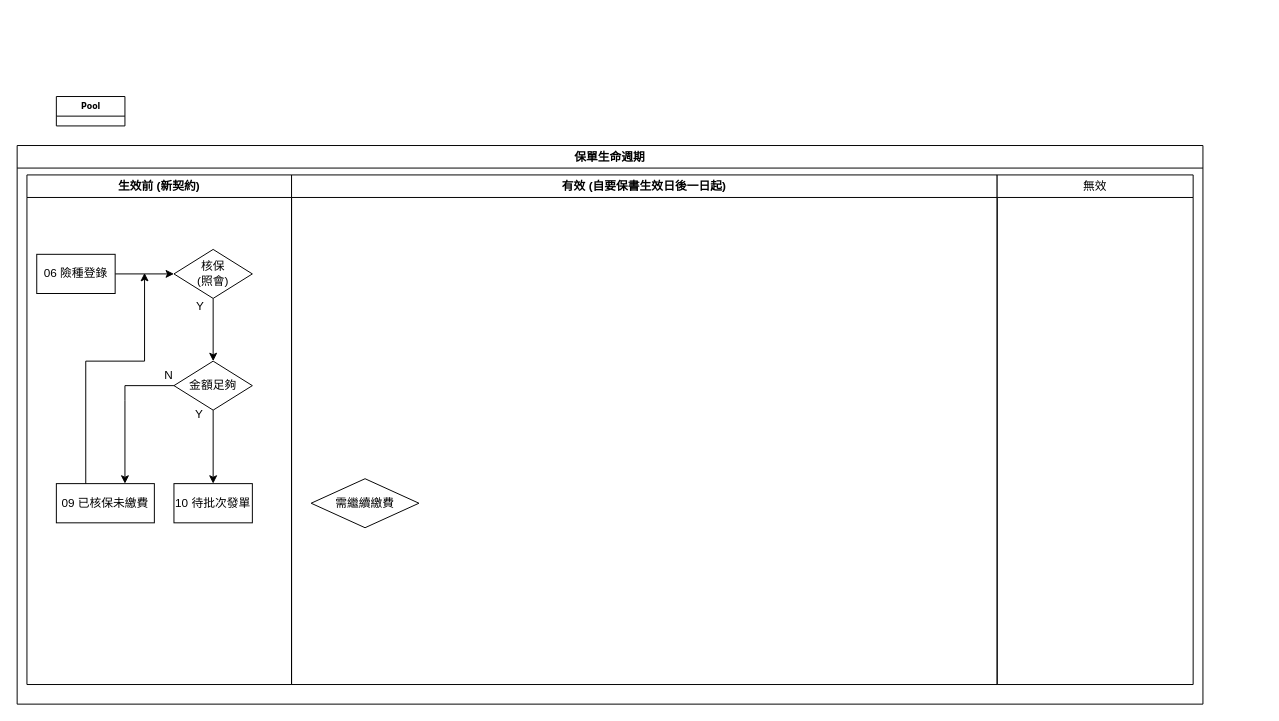
Above: 未命名绘图.drawio in Gina-Banana/Gina-Banana (draw.io), before the change. Source tidied: cells renumbered, new cells numbered last; positions are measured from the earlier drawing's top-left corner, leaving out a move shared by most shapes. Both pictures are drawn from the tidied source at 98%, with x=0, y=0 at pixel (17, 96).
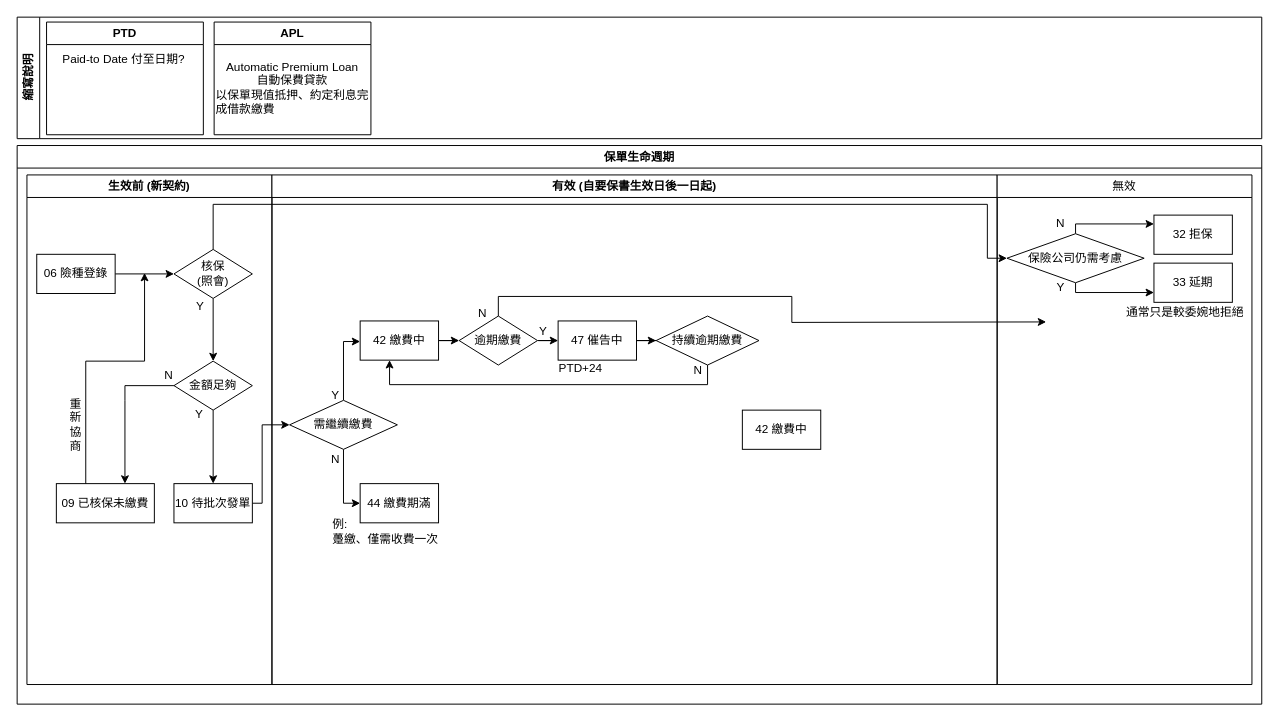
The same page after the edit.

The change refers to these unchanged cells:
```xml
<mxCell id="10" value="核保&lt;br&gt;(照會)" style="rhombus;whiteSpace=wrap;html=1;" parent="5" vertex="1">
  <mxGeometry x="160" y="106" width="80" height="50" as="geometry" />
</mxCell>
<mxCell id="11" value="10 待批次發單" style="rounded=0;whiteSpace=wrap;html=1;" parent="5" vertex="1">
  <mxGeometry x="160" y="345" width="80" height="40" as="geometry" />
</mxCell>
```

The edit, as a diff of the source:
```diff
@@
-    <mxCell id="2" value="Pool" style="swimlane;html=1;startSize=20;rounded=0;shadow=0;labelBackgroundColor=none;strokeWidth=1;fontFamily=Verdana;fontSize=8;align=center;" parent="1" vertex="1" collapsed="1">
-      <mxGeometry x="40" width="70" height="30" as="geometry" />
-    </mxCell>
     <mxCell id="3" value="生效前 (新契約)" style="swimlane;whiteSpace=wrap;html=1;" parent="1" vertex="1">
-      <mxGeometry x="10" y="80" width="270" height="520" as="geometry" />
+      <mxGeometry x="10" y="80" width="250" height="520" as="geometry" />
     </mxCell>
     <mxCell id="4" value="有效 (自要保書生效日後一日起)" style="swimlane;whiteSpace=wrap;html=1;" parent="1" vertex="1">
-      <mxGeometry x="280" y="80" width="720" height="520" as="geometry" />
+      <mxGeometry x="260" y="80" width="740" height="520" as="geometry" />
     </mxCell>
     <mxCell id="5" value="保單生命週期" style="swimlane;whiteSpace=wrap;html=1;" parent="1" vertex="1">
-      <mxGeometry y="50" width="1210" height="570" as="geometry" />
+      <mxGeometry y="50" width="1270" height="570" as="geometry" />
     </mxCell>
     <mxCell id="6" value="無效" style="swimlane;whiteSpace=wrap;html=1;fontStyle=0;" parent="5" vertex="1">
-      <mxGeometry x="1000" y="30" width="200" height="520" as="geometry" />
+      <mxGeometry x="1000" y="30" width="260" height="520" as="geometry" />
     </mxCell>
+    <mxCell id="22" value="32 拒保" style="rounded=0;whiteSpace=wrap;html=1;" parent="6" vertex="1">
+      <mxGeometry x="160" y="41" width="80" height="40" as="geometry" />
+    </mxCell>
+    <mxCell id="23" value="33 延期" style="rounded=0;whiteSpace=wrap;html=1;" parent="6" vertex="1">
+      <mxGeometry x="160" y="90" width="80" height="40" as="geometry" />
+    </mxCell>
+    <mxCell id="24" style="edgeStyle=orthogonalEdgeStyle;rounded=0;jettySize=auto;html=1;" parent="6" edge="1" source="26" target="22">
+      <mxGeometry relative="1" as="geometry">
+        <Array as="points">
+          <mxPoint x="80" y="50" />
+        </Array>
+      </mxGeometry>
+    </mxCell>
+    <mxCell id="25" style="edgeStyle=orthogonalEdgeStyle;rounded=0;jettySize=auto;html=1;" parent="6" edge="1" source="26" target="23">
+      <mxGeometry relative="1" as="geometry">
+        <Array as="points">
+          <mxPoint x="80" y="120" />
+        </Array>
+      </mxGeometry>
+    </mxCell>
+    <mxCell id="26" value="保險公司仍需考慮" style="rhombus;whiteSpace=wrap;html=1;" parent="6" vertex="1">
+      <mxGeometry x="10" y="60" width="140" height="50" as="geometry" />
+    </mxCell>
+    <mxCell id="27" value="N" style="text;html=1;strokeColor=none;fillColor=none;align=center;verticalAlign=middle;whiteSpace=wrap;rounded=0;" parent="6" vertex="1">
+      <mxGeometry x="50" y="35" width="30" height="30" as="geometry" />
+    </mxCell>
+    <mxCell id="28" value="Y" style="text;html=1;strokeColor=none;fillColor=none;align=center;verticalAlign=middle;whiteSpace=wrap;rounded=0;" parent="6" vertex="1">
+      <mxGeometry x="50" y="100" width="30" height="30" as="geometry" />
+    </mxCell>
+    <mxCell id="29" value="通常只是較委婉地拒絕" style="text;html=1;strokeColor=none;fillColor=none;align=left;verticalAlign=middle;whiteSpace=wrap;rounded=0;" parent="6" vertex="1">
+      <mxGeometry x="130" y="125" width="130" height="30" as="geometry" />
+    </mxCell>
@@
+    <mxCell id="30" style="edgeStyle=orthogonalEdgeStyle;rounded=0;jettySize=auto;html=1;" parent="5" edge="1" source="10" target="26">
+      <mxGeometry relative="1" as="geometry">
+        <Array as="points">
+          <mxPoint x="200" y="60" />
+          <mxPoint x="990" y="60" />
+          <mxPoint x="990" y="115" />
+        </Array>
+      </mxGeometry>
+    </mxCell>
@@
+    <mxCell id="31" style="edgeStyle=orthogonalEdgeStyle;rounded=0;jettySize=auto;html=1;entryX=0;entryY=0.5;entryDx=0;entryDy=0;" parent="5" edge="1" source="11" target="20">
+      <mxGeometry relative="1" as="geometry">
+        <Array as="points">
+          <mxPoint x="250" y="365" />
+          <mxPoint x="250" y="285" />
+        </Array>
+      </mxGeometry>
+    </mxCell>
@@
+    <mxCell id="32" style="edgeStyle=orthogonalEdgeStyle;rounded=0;jettySize=auto;html=1;" parent="5" edge="1" source="20" target="36">
+      <mxGeometry relative="1" as="geometry">
+        <Array as="points">
+          <mxPoint x="333" y="200" />
+        </Array>
+      </mxGeometry>
+    </mxCell>
+    <mxCell id="33" style="edgeStyle=orthogonalEdgeStyle;rounded=0;jettySize=auto;html=1;" parent="5" edge="1" source="20" target="34">
+      <mxGeometry relative="1" as="geometry">
+        <Array as="points">
+          <mxPoint x="333" y="365" />
+        </Array>
+      </mxGeometry>
+    </mxCell>
     <mxCell id="20" value="需繼續繳費" style="rhombus;whiteSpace=wrap;html=1;" parent="5" vertex="1">
-      <mxGeometry x="300" y="340" width="110" height="50" as="geometry" />
+      <mxGeometry x="278" y="260" width="110" height="50" as="geometry" />
     </mxCell>
+    <mxCell id="34" value="44 繳費期滿" style="rounded=0;whiteSpace=wrap;html=1;" parent="5" vertex="1">
+      <mxGeometry x="350" y="345" width="80" height="40" as="geometry" />
+    </mxCell>
+    <mxCell id="35" style="edgeStyle=orthogonalEdgeStyle;rounded=0;jettySize=auto;html=1;" parent="5" edge="1" source="36" target="42">
+      <mxGeometry relative="1" as="geometry" />
+    </mxCell>
+    <mxCell id="36" value="42 繳費中" style="rounded=0;whiteSpace=wrap;html=1;" parent="5" vertex="1">
+      <mxGeometry x="350" y="179" width="80" height="40" as="geometry" />
+    </mxCell>
+    <mxCell id="37" value="Y" style="text;html=1;strokeColor=none;fillColor=none;align=center;verticalAlign=middle;whiteSpace=wrap;rounded=0;" parent="5" vertex="1">
+      <mxGeometry x="310" y="240" width="30" height="30" as="geometry" />
+    </mxCell>
+    <mxCell id="38" value="N" style="text;html=1;strokeColor=none;fillColor=none;align=center;verticalAlign=middle;whiteSpace=wrap;rounded=0;" parent="5" vertex="1">
+      <mxGeometry x="310" y="305" width="30" height="30" as="geometry" />
+    </mxCell>
+    <mxCell id="39" value="例:&lt;br&gt;躉繳、僅需收費一次" style="text;html=1;strokeColor=none;fillColor=none;align=left;verticalAlign=middle;whiteSpace=wrap;rounded=0;" parent="5" vertex="1">
+      <mxGeometry x="320" y="379" width="110" height="30" as="geometry" />
+    </mxCell>
+    <mxCell id="40" value="重&lt;br&gt;新&lt;br&gt;協&lt;br&gt;商" style="text;html=1;strokeColor=none;fillColor=none;align=left;verticalAlign=middle;whiteSpace=wrap;rounded=0;" parent="5" vertex="1">
+      <mxGeometry x="52" y="255" width="20" height="60" as="geometry" />
+    </mxCell>
+    <mxCell id="41" style="edgeStyle=orthogonalEdgeStyle;rounded=0;jettySize=auto;html=1;" parent="5" edge="1" source="42" target="45">
+      <mxGeometry relative="1" as="geometry" />
+    </mxCell>
+    <mxCell id="42" value="逾期繳費" style="rhombus;whiteSpace=wrap;html=1;" parent="5" vertex="1">
+      <mxGeometry x="451" y="174" width="80" height="50" as="geometry" />
+    </mxCell>
+    <mxCell id="43" value="持續逾期繳費" style="rhombus;whiteSpace=wrap;html=1;" parent="5" vertex="1">
+      <mxGeometry x="652" y="174" width="105" height="50" as="geometry" />
+    </mxCell>
+    <mxCell id="44" style="edgeStyle=orthogonalEdgeStyle;rounded=0;jettySize=auto;html=1;" parent="5" edge="1" source="45" target="43">
+      <mxGeometry relative="1" as="geometry" />
+    </mxCell>
+    <mxCell id="45" value="47 催告中" style="rounded=0;whiteSpace=wrap;html=1;" parent="5" vertex="1">
+      <mxGeometry x="552" y="179" width="80" height="40" as="geometry" />
+    </mxCell>
+    <mxCell id="46" value="PTD+24&amp;nbsp; &amp;nbsp;" style="text;html=1;strokeColor=none;fillColor=none;align=left;verticalAlign=middle;whiteSpace=wrap;rounded=0;" parent="5" vertex="1">
+      <mxGeometry x="551" y="224" width="55" height="21" as="geometry" />
+    </mxCell>
+    <mxCell id="47" value="Y" style="text;html=1;strokeColor=none;fillColor=none;align=center;verticalAlign=middle;whiteSpace=wrap;rounded=0;" parent="5" vertex="1">
+      <mxGeometry x="522" y="175" width="30" height="30" as="geometry" />
+    </mxCell>
+    <mxCell id="48" value="42 繳費中" style="rounded=0;whiteSpace=wrap;html=1;" parent="5" vertex="1">
+      <mxGeometry x="740" y="270" width="80" height="40" as="geometry" />
+    </mxCell>
+    <mxCell id="49" style="edgeStyle=orthogonalEdgeStyle;rounded=0;jettySize=auto;html=1;" parent="5" edge="1" source="43" target="36">
+      <mxGeometry relative="1" as="geometry">
+        <Array as="points">
+          <mxPoint x="705" y="244" />
+          <mxPoint x="380" y="244" />
+        </Array>
+      </mxGeometry>
+    </mxCell>
+    <mxCell id="50" value="N" style="text;html=1;strokeColor=none;fillColor=none;align=center;verticalAlign=middle;whiteSpace=wrap;rounded=0;" parent="5" vertex="1">
+      <mxGeometry x="460" y="156" width="30" height="30" as="geometry" />
+    </mxCell>
+    <mxCell id="51" value="N" style="text;html=1;strokeColor=none;fillColor=none;align=center;verticalAlign=middle;whiteSpace=wrap;rounded=0;" parent="5" vertex="1">
+      <mxGeometry x="680" y="215" width="30" height="30" as="geometry" />
+    </mxCell>
@@
+    <mxCell id="52" style="edgeStyle=orthogonalEdgeStyle;rounded=0;jettySize=auto;html=1;exitX=0.5;exitY=0;exitDx=0;exitDy=0;" parent="1" edge="1" source="42">
+      <mxGeometry relative="1" as="geometry">
+        <mxPoint x="1050" y="230" as="targetPoint" />
+      </mxGeometry>
+    </mxCell>
+    <mxCell id="53" value="縮寫說明" style="swimlane;horizontal=0;whiteSpace=wrap;html=1;" parent="1" vertex="1">
+      <mxGeometry y="-81" width="1270" height="124" as="geometry" />
+    </mxCell>
+    <mxCell id="54" value="PTD" style="swimlane;whiteSpace=wrap;html=1;" parent="53" vertex="1">
+      <mxGeometry x="30" y="5" width="160" height="115" as="geometry" />
+    </mxCell>
+    <mxCell id="55" value="Paid-to Date 付至日期?" style="text;html=1;strokeColor=none;fillColor=none;align=center;verticalAlign=middle;whiteSpace=wrap;rounded=0;" parent="54" vertex="1">
+      <mxGeometry y="23" width="158" height="30" as="geometry" />
+    </mxCell>
+    <mxCell id="56" value="APL" style="swimlane;whiteSpace=wrap;html=1;" parent="53" vertex="1">
+      <mxGeometry x="201" y="5" width="160" height="115" as="geometry" />
+    </mxCell>
+    <mxCell id="57" value="Automatic Premium Loan&lt;br&gt;自動保費貸款&lt;br&gt;&lt;div style=&quot;text-align: left;&quot;&gt;&lt;span style=&quot;background-color: initial;&quot;&gt;以保單現值抵押、約定利息完成借款繳費&lt;/span&gt;&lt;/div&gt;" style="text;html=1;strokeColor=none;fillColor=none;align=center;verticalAlign=middle;whiteSpace=wrap;rounded=0;" parent="56" vertex="1">
+      <mxGeometry x="1" y="23" width="158" height="87" as="geometry" />
+    </mxCell>
```
